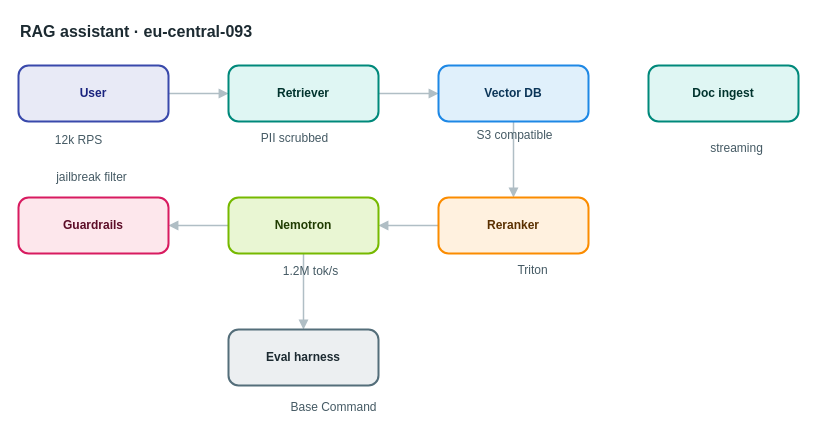
AryanG01/open-apprentice keeps this draw.io diagram as apps/web/public/samples/library/093-rag-assistant.drawio. Above is the earlier version. Source tidied: cells renumbered, new cells numbered last; positions are measured from the earlier drawing's top-left corner, leaving out a move shared by most shapes. Both pictures are drawn from the tidied source at 100%, with x=0, y=0 at pixel (18, 17).
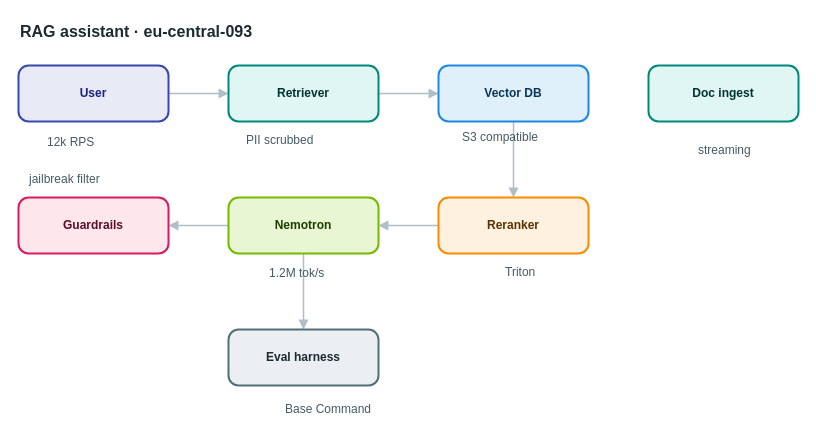
The same page after the edit.

Change to the diagram source:
```diff
@@
-    <mxCell id="17" value="12k RPS" style="text;html=1;align=center;verticalAlign=middle;whiteSpace=nowrap;strokeColor=none;fillColor=none;fontSize=12;fontColor=#455a64;" parent="1" vertex="1">
+    <mxCell id="17" value="12k RPS" style="text;html=1;align=left;verticalAlign=top;whiteSpace=nowrap;spacing=0;spacingTop=0;strokeColor=none;fillColor=none;fontSize=12;fontColor=#455a64;" parent="1" vertex="1">
       <mxGeometry x="29" y="113" width="61" height="20" as="geometry" />
     </mxCell>
-    <mxCell id="18" value="PII scrubbed" style="text;html=1;align=center;verticalAlign=middle;whiteSpace=nowrap;strokeColor=none;fillColor=none;fontSize=12;fontColor=#455a64;" parent="1" vertex="1">
+    <mxCell id="18" value="PII scrubbed" style="text;html=1;align=left;verticalAlign=top;whiteSpace=nowrap;spacing=0;spacingTop=0;strokeColor=none;fillColor=none;fontSize=12;fontColor=#455a64;" parent="1" vertex="1">
       <mxGeometry x="228" y="111" width="96" height="20" as="geometry" />
     </mxCell>
-    <mxCell id="19" value="S3 compatible" style="text;html=1;align=center;verticalAlign=middle;whiteSpace=nowrap;strokeColor=none;fillColor=none;fontSize=12;fontColor=#455a64;" parent="1" vertex="1">
+    <mxCell id="19" value="S3 compatible" style="text;html=1;align=left;verticalAlign=top;whiteSpace=nowrap;spacing=0;spacingTop=0;strokeColor=none;fillColor=none;fontSize=12;fontColor=#455a64;" parent="1" vertex="1">
       <mxGeometry x="444" y="108" width="103" height="20" as="geometry" />
     </mxCell>
-    <mxCell id="20" value="Triton" style="text;html=1;align=center;verticalAlign=middle;whiteSpace=nowrap;strokeColor=none;fillColor=none;fontSize=12;fontColor=#455a64;" parent="1" vertex="1">
+    <mxCell id="20" value="Triton" style="text;html=1;align=left;verticalAlign=top;whiteSpace=nowrap;spacing=0;spacingTop=0;strokeColor=none;fillColor=none;fontSize=12;fontColor=#455a64;" parent="1" vertex="1">
       <mxGeometry x="487" y="243" width="54" height="20" as="geometry" />
     </mxCell>
-    <mxCell id="21" value="1.2M tok/s" style="text;html=1;align=center;verticalAlign=middle;whiteSpace=nowrap;strokeColor=none;fillColor=none;fontSize=12;fontColor=#455a64;" parent="1" vertex="1">
+    <mxCell id="21" value="1.2M tok/s" style="text;html=1;align=left;verticalAlign=top;whiteSpace=nowrap;spacing=0;spacingTop=0;strokeColor=none;fillColor=none;fontSize=12;fontColor=#455a64;" parent="1" vertex="1">
       <mxGeometry x="251" y="244" width="82" height="20" as="geometry" />
     </mxCell>
-    <mxCell id="22" value="jailbreak filter" style="text;html=1;align=center;verticalAlign=middle;whiteSpace=nowrap;strokeColor=none;fillColor=none;fontSize=12;fontColor=#455a64;" parent="1" vertex="1">
+    <mxCell id="22" value="jailbreak filter" style="text;html=1;align=left;verticalAlign=top;whiteSpace=nowrap;spacing=0;spacingTop=0;strokeColor=none;fillColor=none;fontSize=12;fontColor=#455a64;" parent="1" vertex="1">
       <mxGeometry x="11" y="150" width="124" height="20" as="geometry" />
     </mxCell>
-    <mxCell id="23" value="streaming" style="text;html=1;align=center;verticalAlign=middle;whiteSpace=nowrap;strokeColor=none;fillColor=none;fontSize=12;fontColor=#455a64;" parent="1" vertex="1">
+    <mxCell id="23" value="streaming" style="text;html=1;align=left;verticalAlign=top;whiteSpace=nowrap;spacing=0;spacingTop=0;strokeColor=none;fillColor=none;fontSize=12;fontColor=#455a64;" parent="1" vertex="1">
       <mxGeometry x="680" y="121" width="75" height="20" as="geometry" />
     </mxCell>
-    <mxCell id="24" value="Base Command" style="text;html=1;align=center;verticalAlign=middle;whiteSpace=nowrap;strokeColor=none;fillColor=none;fontSize=12;fontColor=#455a64;" parent="1" vertex="1">
+    <mxCell id="24" value="Base Command" style="text;html=1;align=left;verticalAlign=top;whiteSpace=nowrap;spacing=0;spacingTop=0;strokeColor=none;fillColor=none;fontSize=12;fontColor=#455a64;" parent="1" vertex="1">
       <mxGeometry x="267" y="380" width="96" height="20" as="geometry" />
     </mxCell>
```
